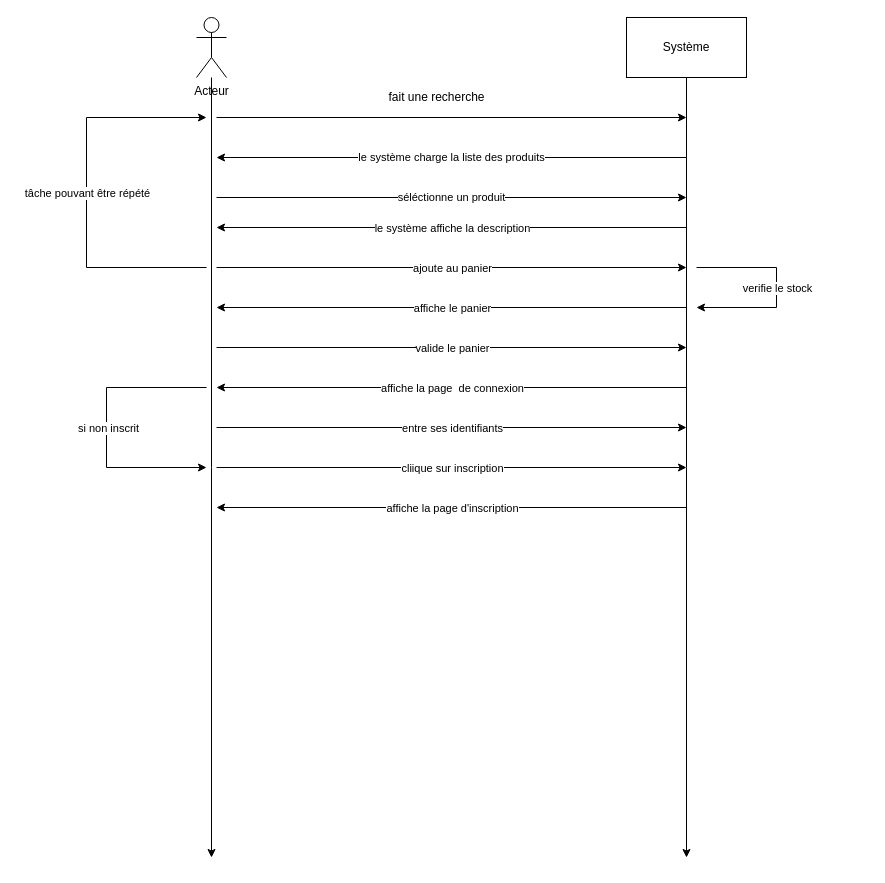
Before: fil_rouge/UML/diagrame_sequence_activite.drawio in Lefhar/cda, a draw.io diagram. Source tidied: cells renumbered, new cells numbered last; positions are measured from the earlier drawing's top-left corner, leaving out a move shared by most shapes. Both pictures are drawn from the tidied source at 100%, with x=0, y=0 at pixel (86, 17).
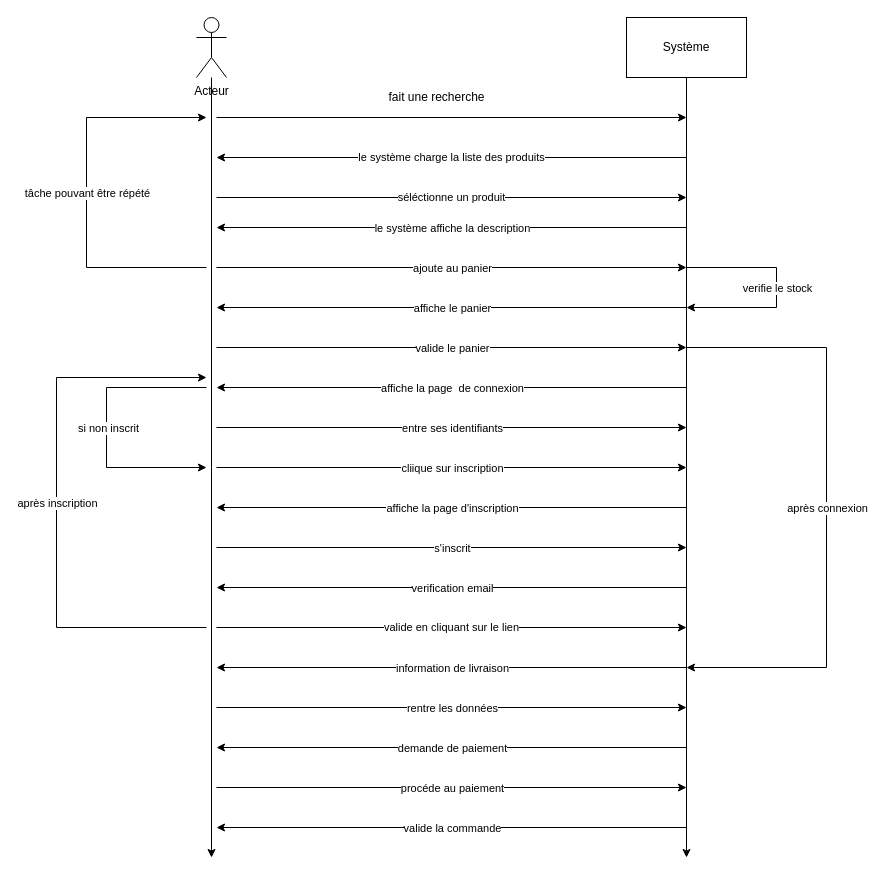
Above is the later version.

Commit message:
mise à jour

Diff of the diagram source:
```diff
@@
     <mxCell id="18" style="endArrow=classic;html=1;rounded=0;" parent="1" edge="1">
       <mxGeometry relative="1" as="geometry">
-        <mxPoint x="610" y="250" as="sourcePoint" />
-        <mxPoint x="610" y="290" as="targetPoint" />
+        <mxPoint x="600" y="250" as="sourcePoint" />
+        <mxPoint x="600" y="290" as="targetPoint" />
         <Array as="points">
           <mxPoint x="690" y="250" />
           <mxPoint x="690" y="290" />
         </Array>
       </mxGeometry>
     </mxCell>
@@
+    <mxCell id="32" style="endArrow=classic;html=1;rounded=0;" parent="1" edge="1">
+      <mxGeometry relative="1" as="geometry">
+        <mxPoint x="130" y="530" as="sourcePoint" />
+        <mxPoint x="600" y="530" as="targetPoint" />
+      </mxGeometry>
+    </mxCell>
+    <mxCell id="33" value="s'inscrit" style="edgeLabel;html=1;align=center;verticalAlign=middle;" parent="32" vertex="1">
+      <mxGeometry relative="1" as="geometry" />
+    </mxCell>
+    <mxCell id="34" style="endArrow=classic;html=1;rounded=0;" parent="1" edge="1">
+      <mxGeometry relative="1" as="geometry">
+        <mxPoint x="600" y="570" as="sourcePoint" />
+        <mxPoint x="130" y="570" as="targetPoint" />
+      </mxGeometry>
+    </mxCell>
+    <mxCell id="35" value="verification email" style="edgeLabel;html=1;align=center;verticalAlign=middle;" parent="34" vertex="1">
+      <mxGeometry relative="1" as="geometry" />
+    </mxCell>
+    <mxCell id="36" style="endArrow=classic;html=1;rounded=0;" parent="1" edge="1">
+      <mxGeometry relative="1" as="geometry">
+        <mxPoint x="120" y="610" as="sourcePoint" />
+        <mxPoint x="120" y="360" as="targetPoint" />
+        <Array as="points">
+          <mxPoint x="-30" y="610" />
+          <mxPoint x="-30" y="360" />
+        </Array>
+      </mxGeometry>
+    </mxCell>
+    <mxCell id="37" value="après inscription" style="edgeLabel;html=1;align=center;verticalAlign=middle;" parent="36" vertex="1">
+      <mxGeometry relative="1" as="geometry" />
+    </mxCell>
+    <mxCell id="38" value="valide en cliquant sur le lien" style="endArrow=classic;html=1;rounded=0;" parent="1" edge="1">
+      <mxGeometry relative="1" as="geometry">
+        <mxPoint x="130" y="610" as="sourcePoint" />
+        <mxPoint x="600" y="610" as="targetPoint" />
+      </mxGeometry>
+    </mxCell>
+    <mxCell id="39" style="endArrow=classic;html=1;rounded=0;" parent="1" edge="1">
+      <mxGeometry relative="1" as="geometry">
+        <mxPoint x="600" y="650" as="sourcePoint" />
+        <mxPoint x="130" y="650" as="targetPoint" />
+      </mxGeometry>
+    </mxCell>
+    <mxCell id="40" value="information de livraison" style="edgeLabel;html=1;align=center;verticalAlign=middle;" parent="39" vertex="1">
+      <mxGeometry relative="1" as="geometry" />
+    </mxCell>
+    <mxCell id="41" style="endArrow=classic;html=1;rounded=0;" parent="1" edge="1">
+      <mxGeometry relative="1" as="geometry">
+        <mxPoint x="600" y="330" as="sourcePoint" />
+        <mxPoint x="600" y="650" as="targetPoint" />
+        <Array as="points">
+          <mxPoint x="740" y="330" />
+          <mxPoint x="740" y="650" />
+        </Array>
+      </mxGeometry>
+    </mxCell>
+    <mxCell id="42" value="après connexion" style="edgeLabel;html=1;align=center;verticalAlign=middle;" parent="41" vertex="1">
+      <mxGeometry relative="1" as="geometry" />
+    </mxCell>
+    <mxCell id="43" style="endArrow=classic;html=1;rounded=0;" parent="1" edge="1">
+      <mxGeometry relative="1" as="geometry">
+        <mxPoint x="130" y="690" as="sourcePoint" />
+        <mxPoint x="600" y="690" as="targetPoint" />
+      </mxGeometry>
+    </mxCell>
+    <mxCell id="44" value="rentre les données" style="edgeLabel;html=1;align=center;verticalAlign=middle;" parent="43" vertex="1">
+      <mxGeometry relative="1" as="geometry" />
+    </mxCell>
+    <mxCell id="45" style="endArrow=classic;html=1;rounded=0;" parent="1" edge="1">
+      <mxGeometry relative="1" as="geometry">
+        <mxPoint x="600" y="730" as="sourcePoint" />
+        <mxPoint x="130" y="730" as="targetPoint" />
+      </mxGeometry>
+    </mxCell>
+    <mxCell id="46" value="demande de paiement" style="edgeLabel;html=1;align=center;verticalAlign=middle;" parent="45" vertex="1">
+      <mxGeometry relative="1" as="geometry" />
+    </mxCell>
+    <mxCell id="47" style="endArrow=classic;html=1;rounded=0;" parent="1" edge="1">
+      <mxGeometry relative="1" as="geometry">
+        <mxPoint x="130" y="770" as="sourcePoint" />
+        <mxPoint x="600" y="770" as="targetPoint" />
+      </mxGeometry>
+    </mxCell>
+    <mxCell id="48" value="procéde au paiement" style="edgeLabel;html=1;align=center;verticalAlign=middle;" parent="47" vertex="1">
+      <mxGeometry relative="1" as="geometry" />
+    </mxCell>
+    <mxCell id="49" style="endArrow=classic;html=1;rounded=0;" parent="1" edge="1">
+      <mxGeometry relative="1" as="geometry">
+        <mxPoint x="600" y="810" as="sourcePoint" />
+        <mxPoint x="130" y="810" as="targetPoint" />
+      </mxGeometry>
+    </mxCell>
+    <mxCell id="50" value="valide la commande" style="edgeLabel;html=1;align=center;verticalAlign=middle;" parent="49" vertex="1">
+      <mxGeometry relative="1" as="geometry" />
+    </mxCell>
```
